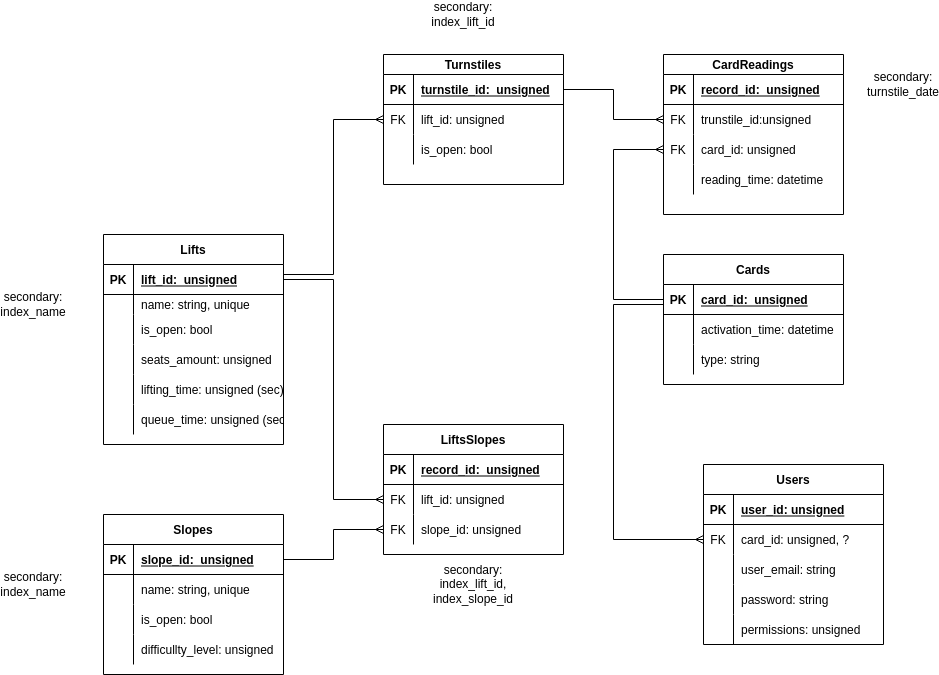
alena-zayts/BMSTU_6sem_software_design keeps this draw.io diagram as docs/imgs/db/db_with_index.png. Above is the earlier version. Source tidied: cells renumbered, new cells last; positions are measured from the earlier drawing's top-left corner, leaving out a move shared by most shapes.
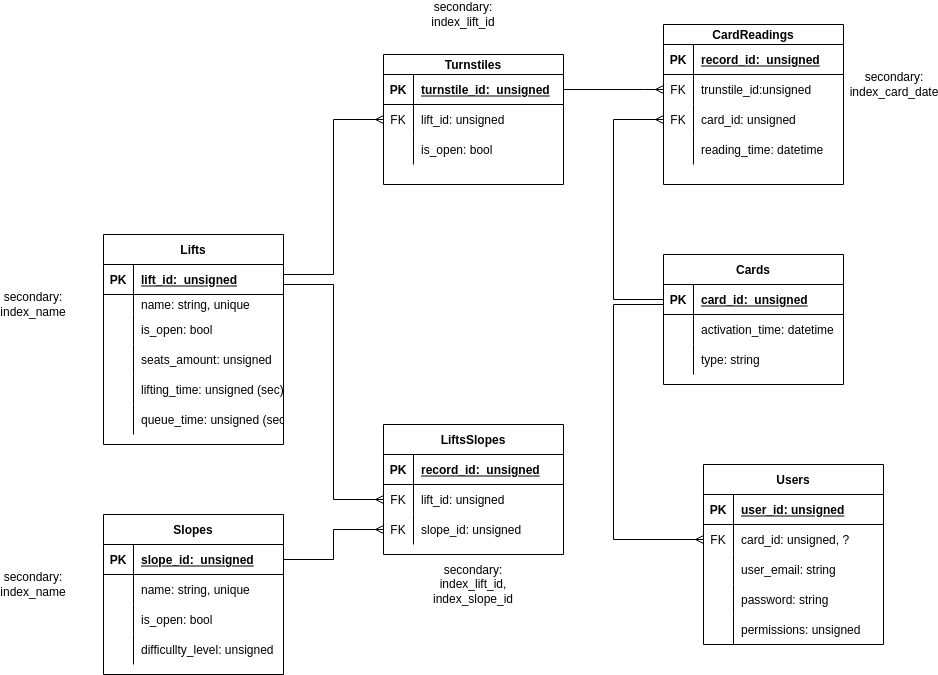
Later version of the same file.

The edit, as a diff of the source:
```diff
@@ -189,7 +189,7 @@
       <mxGeometry x="30" width="150" height="30" as="geometry" />
     </mxCell>
     <mxCell id="64" value="CardReadings" style="shape=table;startSize=20;rowLines=0;fontStyle=1;align=center;" parent="1" vertex="1">
-      <mxGeometry x="650" y="50" width="180" height="160" as="geometry" />
+      <mxGeometry x="650" y="20" width="180" height="160" as="geometry" />
     </mxCell>
     <mxCell id="65" style="shape=partialRectangle;fillColor=none;top=0;left=0;bottom=1;right=0;" parent="64" vertex="1">
       <mxGeometry y="20" width="180" height="30" as="geometry" />
@@ -228,7 +228,13 @@
       <mxGeometry x="30" width="150" height="30" as="geometry" />
     </mxCell>
     <mxCell id="77" style="fontSize=12;html=1;endArrow=ERmany;entryX=0;entryY=0.5;entryDx=0;entryDy=0;edgeStyle=orthogonalEdgeStyle;rounded=0;exitX=1;exitY=0.5;exitDx=0;exitDy=0;" parent="1" edge="1" source="26" target="48">
-      <mxGeometry relative="1" as="geometry" />
+      <mxGeometry relative="1" as="geometry">
+        <Array as="points">
+          <mxPoint x="270" y="280" />
+          <mxPoint x="320" y="280" />
+          <mxPoint x="320" y="495" />
+        </Array>
+      </mxGeometry>
     </mxCell>
     <mxCell id="78" style="fontSize=12;html=1;endArrow=ERmany;entryX=0;entryY=0.5;entryDx=0;entryDy=0;edgeStyle=orthogonalEdgeStyle;rounded=0;exitX=1;exitY=0.5;exitDx=0;exitDy=0;" parent="1" edge="1" source="13" target="51">
       <mxGeometry relative="1" as="geometry" />
@@ -245,8 +251,8 @@
     <mxCell id="80" style="fontSize=12;html=1;endArrow=ERmany;entryX=0;entryY=0.5;entryDx=0;entryDy=0;edgeStyle=orthogonalEdgeStyle;rounded=0;exitX=1;exitY=0.5;exitDx=0;exitDy=0;" parent="1" edge="1" source="55" target="68">
       <mxGeometry relative="1" as="geometry">
         <Array as="points">
-          <mxPoint x="600" y="85" />
-          <mxPoint x="600" y="115" />
+          <mxPoint x="630" y="85" />
+          <mxPoint x="630" y="85" />
         </Array>
       </mxGeometry>
     </mxCell>
@@ -254,7 +260,7 @@
       <mxGeometry relative="1" as="geometry">
         <Array as="points">
           <mxPoint x="600" y="295" />
-          <mxPoint x="600" y="145" />
+          <mxPoint x="600" y="115" />
         </Array>
       </mxGeometry>
     </mxCell>
@@ -280,8 +286,8 @@
     <mxCell id="86" value="secondary:&lt;br&gt;index_lift_id,&lt;br&gt;index_slope_id" style="text;html=1;strokeColor=none;fillColor=none;align=center;verticalAlign=middle;whiteSpace=wrap;rounded=0;" parent="1" vertex="1">
       <mxGeometry x="440" y="570" width="40" height="20" as="geometry" />
     </mxCell>
-    <mxCell id="87" value="secondary:&lt;br&gt;turnstile_date&lt;br&gt;" style="text;html=1;strokeColor=none;fillColor=none;align=center;verticalAlign=middle;whiteSpace=wrap;rounded=0;" parent="1" vertex="1">
-      <mxGeometry x="870" y="70" width="40" height="20" as="geometry" />
+    <mxCell id="87" value="secondary:&lt;br&gt;index_card_date" style="text;html=1;strokeColor=none;fillColor=none;align=center;verticalAlign=middle;whiteSpace=wrap;rounded=0;" parent="1" vertex="1">
+      <mxGeometry x="880" y="70" height="20" as="geometry" />
     </mxCell>
     <mxCell id="88" value="Users" style="shape=table;startSize=30;rowLines=0;fontStyle=1;align=center;" parent="1" vertex="1">
       <mxGeometry x="690" y="460" width="180" height="180" as="geometry" />
```
